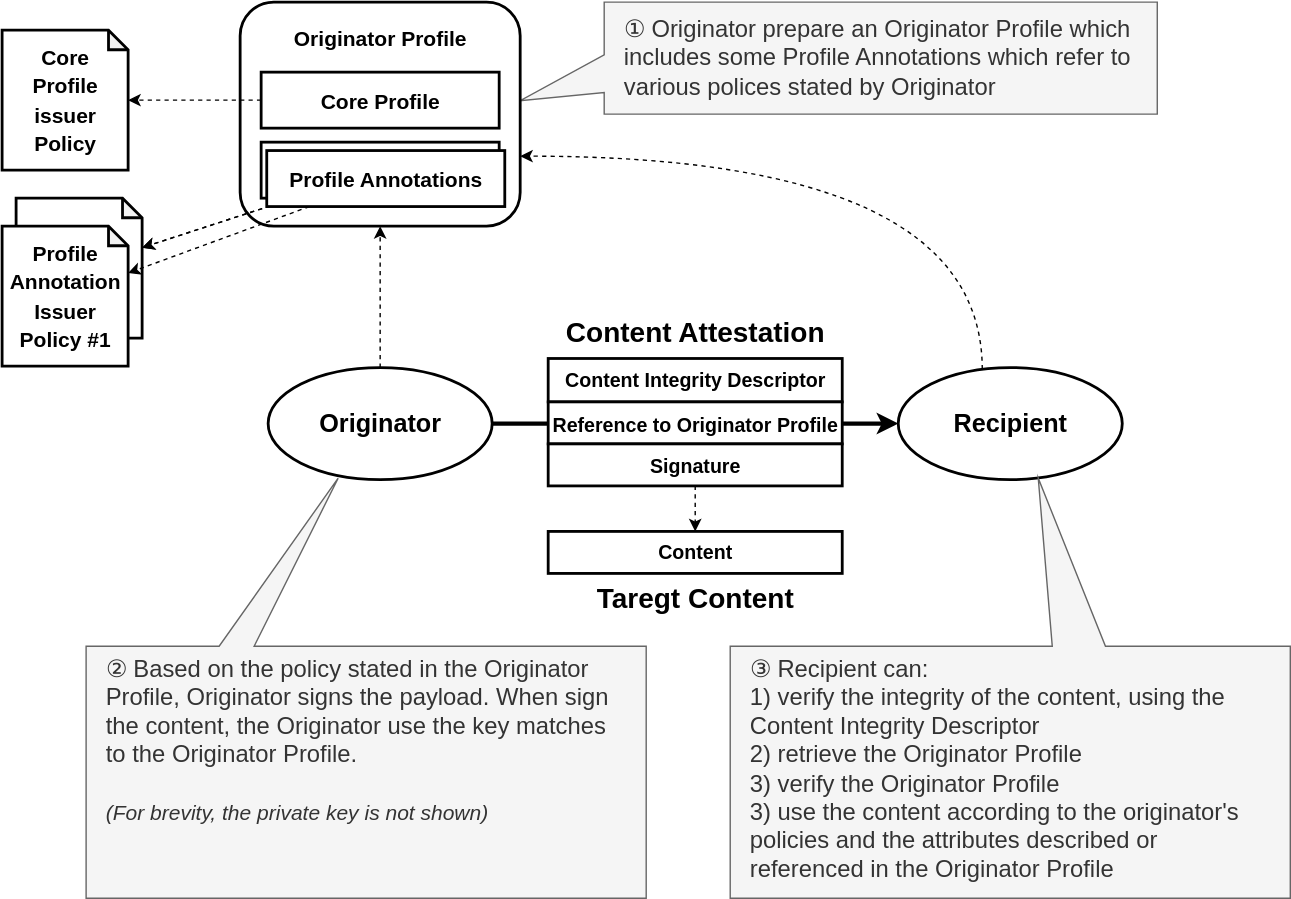
Earlier version of the draw.io export Drawings/Architecture-Content_Attestation.drawio.svg (originator-profile/doc-opf-architectural-overview). Source tidied: cells renumbered, new cells last; positions are measured from the earlier drawing's top-left corner, leaving out a move shared by most shapes. Source of this version:
```xml
<mxGraphModel>
  <root>
    <mxCell id="0" />
    <mxCell id="1" parent="0" />
    <mxCell id="2" value="Content" style="rounded=0;whiteSpace=wrap;html=1;fontStyle=1;fontSize=14;strokeWidth=2;" parent="1" vertex="1">
      <mxGeometry x="390" y="378" width="210" height="30" as="geometry" />
    </mxCell>
    <mxCell id="3" value="Originator" style="ellipse;whiteSpace=wrap;html=1;fontStyle=1;fontSize=18;strokeWidth=2;" parent="1" vertex="1">
      <mxGeometry x="190" y="261" width="160" height="80" as="geometry" />
    </mxCell>
    <mxCell id="4" value="Recipient" style="ellipse;whiteSpace=wrap;html=1;fontStyle=1;fontSize=18;strokeWidth=2;" parent="1" vertex="1">
      <mxGeometry x="640" y="261" width="160" height="80" as="geometry" />
    </mxCell>
    <mxCell id="5" style="endArrow=classic;html=1;rounded=0;entryX=0;entryY=0.5;entryDx=0;entryDy=0;strokeWidth=3;" parent="1" edge="1" source="3" target="4">
      <mxGeometry relative="1" as="geometry" />
    </mxCell>
    <mxCell id="6" value="Content Integrity Descriptor" style="rounded=0;whiteSpace=wrap;html=1;fontStyle=1;fontSize=14;strokeWidth=2;" parent="1" vertex="1">
      <mxGeometry x="390" y="254.5" width="210" height="31" as="geometry" />
    </mxCell>
    <mxCell id="7" value="&lt;b&gt;Content Attestation&lt;/b&gt;" style="text;html=1;align=center;verticalAlign=middle;whiteSpace=wrap;rounded=0;fontSize=20;" parent="1" vertex="1">
      <mxGeometry x="360" y="220" width="270" height="30" as="geometry" />
    </mxCell>
    <mxCell id="8" value="&lt;div&gt;③ Recipient can:&lt;/div&gt;&lt;div&gt;1) verify the integrity of the content, using the Content Integrity Descriptor&lt;/div&gt;&lt;div&gt;2) retrieve the Originator Profile&lt;/div&gt;&lt;div&gt;3) verify the Originator Profile&lt;/div&gt;&lt;div&gt;3) use the content according to the originator's policies and the attributes described or referenced in the Originator Profile&lt;/div&gt;" style="shape=callout;whiteSpace=wrap;html=1;perimeter=calloutPerimeter;direction=west;fillColor=#f5f5f5;fontColor=#333333;strokeColor=#666666;fontSize=17;position2=0.45;size=120;position=0.33;base=38;align=left;spacingRight=12;spacingLeft=12;verticalAlign=top;" parent="1" vertex="1">
      <mxGeometry x="520" y="340" width="400" height="300" as="geometry" />
    </mxCell>
    <mxCell id="9" value="&lt;div&gt;&lt;span style=&quot;font-size: 15px; background-color: transparent; color: light-dark(rgb(0, 0, 0), rgb(255, 255, 255));&quot;&gt;Policy&lt;/span&gt;&lt;/div&gt;" style="shape=note;whiteSpace=wrap;html=1;backgroundOutline=1;darkOpacity=0.05;strokeWidth=2;fontSize=17;size=14;fontStyle=1;" parent="1" vertex="1">
      <mxGeometry x="10" y="140" width="90" height="100" as="geometry" />
    </mxCell>
    <mxCell id="10" value="② Based on the policy stated in the Originator Profile, Originator signs the payload. When sign the content, the Originator use the key matches to the Originator Profile.&lt;div&gt;&lt;div&gt;&lt;div&gt;&lt;i&gt;&lt;font style=&quot;font-size: 15px;&quot;&gt;&lt;span style=&quot;background-color: transparent; color: light-dark(rgb(51, 51, 51), rgb(193, 193, 193));&quot;&gt;&lt;br&gt;&lt;/span&gt;&lt;/font&gt;&lt;/i&gt;&lt;/div&gt;&lt;div&gt;&lt;i&gt;&lt;font style=&quot;font-size: 15px;&quot;&gt;&lt;span style=&quot;background-color: transparent; color: light-dark(rgb(51, 51, 51), rgb(193, 193, 193));&quot;&gt;(&lt;/span&gt;&lt;span style=&quot;background-color: transparent;&quot;&gt;For brevity, the private key is not shown)&lt;/span&gt;&lt;/font&gt;&lt;/i&gt;&lt;/div&gt;&lt;/div&gt;&lt;/div&gt;" style="shape=callout;whiteSpace=wrap;html=1;perimeter=calloutPerimeter;direction=west;fillColor=#f5f5f5;fontColor=#333333;strokeColor=#666666;fontSize=17;position2=0.55;size=120;position=0.7;base=25;align=left;spacingRight=12;spacingLeft=12;verticalAlign=top;" parent="1" vertex="1">
      <mxGeometry x="60" y="340" width="400" height="300" as="geometry" />
    </mxCell>
    <mxCell id="11" style="endArrow=classic;dashed=1;html=1;rounded=0;endFill=1;" parent="1" edge="1" source="3" target="14">
      <mxGeometry relative="1" as="geometry" />
    </mxCell>
    <mxCell id="12" style="endArrow=classic;dashed=1;html=1;rounded=0;edgeStyle=orthogonalEdgeStyle;curved=1;endFill=1;" parent="1" edge="1" source="4" target="14">
      <mxGeometry relative="1" as="geometry">
        <Array as="points">
          <mxPoint x="700" y="110" />
        </Array>
      </mxGeometry>
    </mxCell>
    <mxCell id="13" value="① Originator prepare an Originator Profile which includes some Profile Annotations which refer to various polices stated by Originator" style="shape=callout;whiteSpace=wrap;html=1;perimeter=calloutPerimeter;direction=south;fillColor=#f5f5f5;fontColor=#333333;strokeColor=#666666;fontSize=17;position2=0.88;size=60;position=0.47;base=27;align=left;spacingRight=12;spacingLeft=12;" parent="1" vertex="1">
      <mxGeometry x="370" width="455" height="80" as="geometry" />
    </mxCell>
    <mxCell id="14" style="rounded=1;whiteSpace=wrap;html=1;strokeWidth=2;shadow=0;" parent="1" vertex="1">
      <mxGeometry x="170" width="200" height="160" as="geometry" />
    </mxCell>
    <mxCell id="15" value="Originator Profile" style="text;html=1;align=center;verticalAlign=middle;whiteSpace=wrap;rounded=0;fontSize=15;fontStyle=1;shadow=1;" parent="1" vertex="1">
      <mxGeometry x="170" y="10" width="200" height="30" as="geometry" />
    </mxCell>
    <mxCell id="16" value="Core Profile" style="rounded=0;whiteSpace=wrap;html=1;fontStyle=1;fontSize=15;strokeWidth=2;" parent="1" vertex="1">
      <mxGeometry x="185" y="50" width="170" height="40" as="geometry" />
    </mxCell>
    <mxCell id="17" value="Profile Annotations" style="rounded=0;whiteSpace=wrap;html=1;fontStyle=1;fontSize=15;strokeWidth=2;" parent="1" vertex="1">
      <mxGeometry x="185" y="100" width="170" height="40" as="geometry" />
    </mxCell>
    <mxCell id="18" style="endArrow=classic;dashed=1;html=1;rounded=0;endFill=1;" parent="1" edge="1" source="17" target="9">
      <mxGeometry relative="1" as="geometry" />
    </mxCell>
    <mxCell id="19" value="&lt;div&gt;&lt;span style=&quot;font-size: 15px; background-color: transparent; color: light-dark(rgb(0, 0, 0), rgb(255, 255, 255));&quot;&gt;Profile&lt;/span&gt;&lt;/div&gt;&lt;div&gt;&lt;span style=&quot;font-size: 15px; background-color: transparent; color: light-dark(rgb(0, 0, 0), rgb(255, 255, 255));&quot;&gt;Annotation&lt;/span&gt;&lt;span style=&quot;color: rgba(0, 0, 0, 0); font-family: monospace; font-size: 0px; font-weight: 400; text-align: start; text-wrap-mode: nowrap; background-color: transparent;&quot;&gt;%3CmxGraphModel%3E%3Croot%3E%3CmxCell%20id%3D%220%22%2F%3E%3CmxCell%20id%3D%221%22%20parent%3D%220%22%2F%3E%3CmxCell%20id%3D%222%22%20value%3D%22%26lt%3Bdiv%26gt%3BCore%20Profile%26lt%3B%2Fdiv%26gt%3B%26lt%3Bdiv%26gt%3BPolicy%26lt%3B%2Fdiv%26gt%3B%22%20style%3D%22shape%3Dnote%3BwhiteSpace%3Dwrap%3Bhtml%3D1%3BbackgroundOutline%3D1%3BdarkOpacity%3D0.05%3BstrokeWidth%3D2%3BfontSize%3D15%3Bsize%3D14%3BfontStyle%3D1%22%20vertex%3D%221%22%20parent%3D%221%22%3E%3CmxGeometry%20x%3D%2270%22%20y%3D%22220%22%20width%3D%2290%22%20height%3D%22100%22%20as%3D%22geometry%22%2F%3E%3C%2FmxCell%3E%3C%2Froot%3E%3C%2FmxGraphModel%3E&lt;/span&gt;&lt;span style=&quot;color: rgba(0, 0, 0, 0); font-family: monospace; font-size: 0px; font-weight: 400; text-align: start; text-wrap-mode: nowrap; background-color: transparent;&quot;&gt;%3CmxGraphModel%3E%3Croot%3E%3CmxCell%20id%3D%220%22%2F%3E%3CmxCell%20id%3D%221%22%20parent%3D%220%22%2F%3E%3CmxCell%20id%3D%222%22%20value%3D%22%26lt%3Bdiv%26gt%3BCore%20Profile%26lt%3B%2Fdiv%26gt%3B%26lt%3Bdiv%26gt%3BPolicy%26lt%3B%2Fdiv%26gt%3B%22%20style%3D%22shape%3Dnote%3BwhiteSpace%3Dwrap%3Bhtml%3D1%3BbackgroundOutline%3D1%3BdarkOpacity%3D0.05%3BstrokeWidth%3D2%3BfontSize%3D15%3Bsize%3D14%3BfontStyle%3D1%22%20vertex%3D%221%22%20parent%3D%221%22%3E%3CmxGeometry%20x%3D%2270%22%20y%3D%22220%22%20width%3D%2290%22%20height%3D%22100%22%20as%3D%22geometry%22%2F%3E%3C%2FmxCell%3E%3C%2Froot%3E%3C%2FmxGraphModel%3E&lt;/span&gt;&lt;/div&gt;&lt;div&gt;&lt;span style=&quot;font-size: 15px; background-color: transparent; color: light-dark(rgb(0, 0, 0), rgb(255, 255, 255));&quot;&gt;Issuer&lt;/span&gt;&lt;/div&gt;&lt;div&gt;&lt;span style=&quot;font-size: 15px; background-color: transparent; color: light-dark(rgb(0, 0, 0), rgb(255, 255, 255));&quot;&gt;Policy #1&lt;/span&gt;&lt;/div&gt;" style="shape=note;whiteSpace=wrap;html=1;backgroundOutline=1;darkOpacity=0.05;strokeWidth=2;fontSize=17;size=14;fontStyle=1;" parent="1" vertex="1">
      <mxGeometry y="160" width="90" height="100" as="geometry" />
    </mxCell>
    <mxCell id="20" style="endArrow=classic;dashed=1;html=1;rounded=0;endFill=1;" parent="1" edge="1" source="17" target="9">
      <mxGeometry relative="1" as="geometry" />
    </mxCell>
    <mxCell id="21" style="endArrow=classic;dashed=1;html=1;rounded=0;endFill=1;" parent="1" edge="1" source="24" target="19">
      <mxGeometry relative="1" as="geometry" />
    </mxCell>
    <mxCell id="22" value="&lt;div&gt;&lt;span style=&quot;font-size: 15px; background-color: transparent; color: light-dark(rgb(0, 0, 0), rgb(255, 255, 255));&quot;&gt;Core&lt;/span&gt;&lt;/div&gt;&lt;div&gt;&lt;span style=&quot;font-size: 15px; background-color: transparent; color: light-dark(rgb(0, 0, 0), rgb(255, 255, 255));&quot;&gt;Profile&lt;/span&gt;&lt;/div&gt;&lt;div&gt;&lt;span style=&quot;font-size: 15px; background-color: transparent; color: light-dark(rgb(0, 0, 0), rgb(255, 255, 255));&quot;&gt;issuer&lt;/span&gt;&lt;/div&gt;&lt;div&gt;&lt;span style=&quot;font-size: 15px; background-color: transparent; color: light-dark(rgb(0, 0, 0), rgb(255, 255, 255));&quot;&gt;Policy&lt;/span&gt;&lt;/div&gt;" style="shape=note;whiteSpace=wrap;html=1;backgroundOutline=1;darkOpacity=0.05;strokeWidth=2;fontSize=17;size=14;fontStyle=1;" parent="1" vertex="1">
      <mxGeometry y="20" width="90" height="100" as="geometry" />
    </mxCell>
    <mxCell id="23" style="endArrow=classic;dashed=1;html=1;rounded=0;endFill=1;" parent="1" edge="1" source="16" target="22">
      <mxGeometry relative="1" as="geometry" />
    </mxCell>
    <mxCell id="24" value="Profile Annotations" style="rounded=0;whiteSpace=wrap;html=1;fontStyle=1;fontSize=15;strokeWidth=2;" parent="1" vertex="1">
      <mxGeometry x="189" y="106" width="170" height="40" as="geometry" />
    </mxCell>
    <mxCell id="25" style="endArrow=classic;dashed=1;html=1;rounded=0;endFill=1;" parent="1" edge="1" source="6" target="2">
      <mxGeometry relative="1" as="geometry" />
    </mxCell>
    <mxCell id="26" value="&lt;font style=&quot;font-size: 14px;&quot;&gt;Reference to Originator Profile&lt;/font&gt;" style="rounded=0;whiteSpace=wrap;html=1;fontStyle=1;fontSize=15;strokeWidth=2;" parent="1" vertex="1">
      <mxGeometry x="390" y="285.5" width="210" height="30" as="geometry" />
    </mxCell>
    <mxCell id="27" value="Signature" style="rounded=0;whiteSpace=wrap;html=1;fontStyle=1;fontSize=14;strokeWidth=2;" parent="1" vertex="1">
      <mxGeometry x="390" y="315.5" width="210" height="30" as="geometry" />
    </mxCell>
    <mxCell id="28" value="&lt;b&gt;Taregt Content&lt;/b&gt;" style="text;html=1;align=center;verticalAlign=middle;whiteSpace=wrap;rounded=0;fontSize=20;" parent="1" vertex="1">
      <mxGeometry x="360" y="410" width="270" height="30" as="geometry" />
    </mxCell>
  </root>
</mxGraphModel>
```
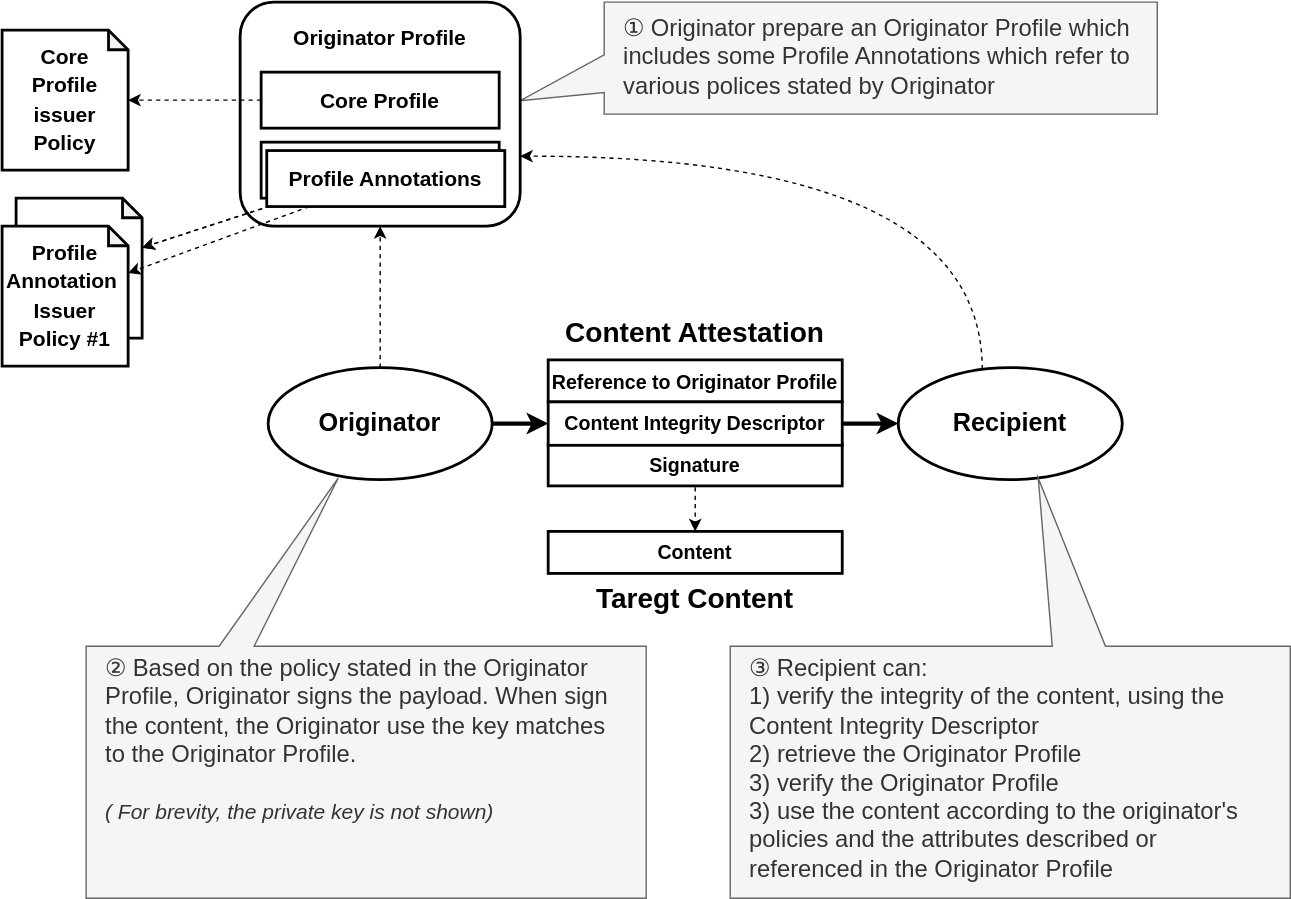
The same file after the commit.

Commit message:
Figure and Terminology bug fixes

Diff of the diagram source:
```diff
@@ -11,12 +11,9 @@
     <mxCell id="4" value="Recipient" style="ellipse;whiteSpace=wrap;html=1;fontStyle=1;fontSize=18;strokeWidth=2;" parent="1" vertex="1">
       <mxGeometry x="640" y="261" width="160" height="80" as="geometry" />
     </mxCell>
-    <mxCell id="5" style="endArrow=classic;html=1;rounded=0;entryX=0;entryY=0.5;entryDx=0;entryDy=0;strokeWidth=3;" parent="1" edge="1" source="3" target="4">
+    <mxCell id="5" style="endArrow=classic;html=1;rounded=0;entryX=0;entryY=0.5;entryDx=0;entryDy=0;strokeWidth=3;" parent="1" edge="1" source="6" target="4">
       <mxGeometry relative="1" as="geometry" />
     </mxCell>
-    <mxCell id="6" value="Content Integrity Descriptor" style="rounded=0;whiteSpace=wrap;html=1;fontStyle=1;fontSize=14;strokeWidth=2;" parent="1" vertex="1">
-      <mxGeometry x="390" y="254.5" width="210" height="31" as="geometry" />
-    </mxCell>
     <mxCell id="7" value="&lt;b&gt;Content Attestation&lt;/b&gt;" style="text;html=1;align=center;verticalAlign=middle;whiteSpace=wrap;rounded=0;fontSize=20;" parent="1" vertex="1">
       <mxGeometry x="360" y="220" width="270" height="30" as="geometry" />
     </mxCell>
@@ -79,7 +76,7 @@
       <mxGeometry relative="1" as="geometry" />
     </mxCell>
     <mxCell id="26" value="&lt;font style=&quot;font-size: 14px;&quot;&gt;Reference to Originator Profile&lt;/font&gt;" style="rounded=0;whiteSpace=wrap;html=1;fontStyle=1;fontSize=15;strokeWidth=2;" parent="1" vertex="1">
-      <mxGeometry x="390" y="285.5" width="210" height="30" as="geometry" />
+      <mxGeometry x="390" y="255.5" width="210" height="30" as="geometry" />
     </mxCell>
     <mxCell id="27" value="Signature" style="rounded=0;whiteSpace=wrap;html=1;fontStyle=1;fontSize=14;strokeWidth=2;" parent="1" vertex="1">
       <mxGeometry x="390" y="315.5" width="210" height="30" as="geometry" />
@@ -87,5 +84,11 @@
     <mxCell id="28" value="&lt;b&gt;Taregt Content&lt;/b&gt;" style="text;html=1;align=center;verticalAlign=middle;whiteSpace=wrap;rounded=0;fontSize=20;" parent="1" vertex="1">
       <mxGeometry x="360" y="410" width="270" height="30" as="geometry" />
     </mxCell>
+    <mxCell id="29" style="endArrow=classic;html=1;rounded=0;entryX=0;entryY=0.5;entryDx=0;entryDy=0;strokeWidth=3;" parent="1" edge="1" source="3" target="6">
+      <mxGeometry relative="1" as="geometry" />
+    </mxCell>
+    <mxCell id="6" value="Content Integrity Descriptor" style="rounded=0;whiteSpace=wrap;html=1;fontStyle=1;fontSize=14;strokeWidth=2;" parent="1" vertex="1">
+      <mxGeometry x="390" y="285.5" width="210" height="31" as="geometry" />
+    </mxCell>
   </root>
 </mxGraphModel>
```
